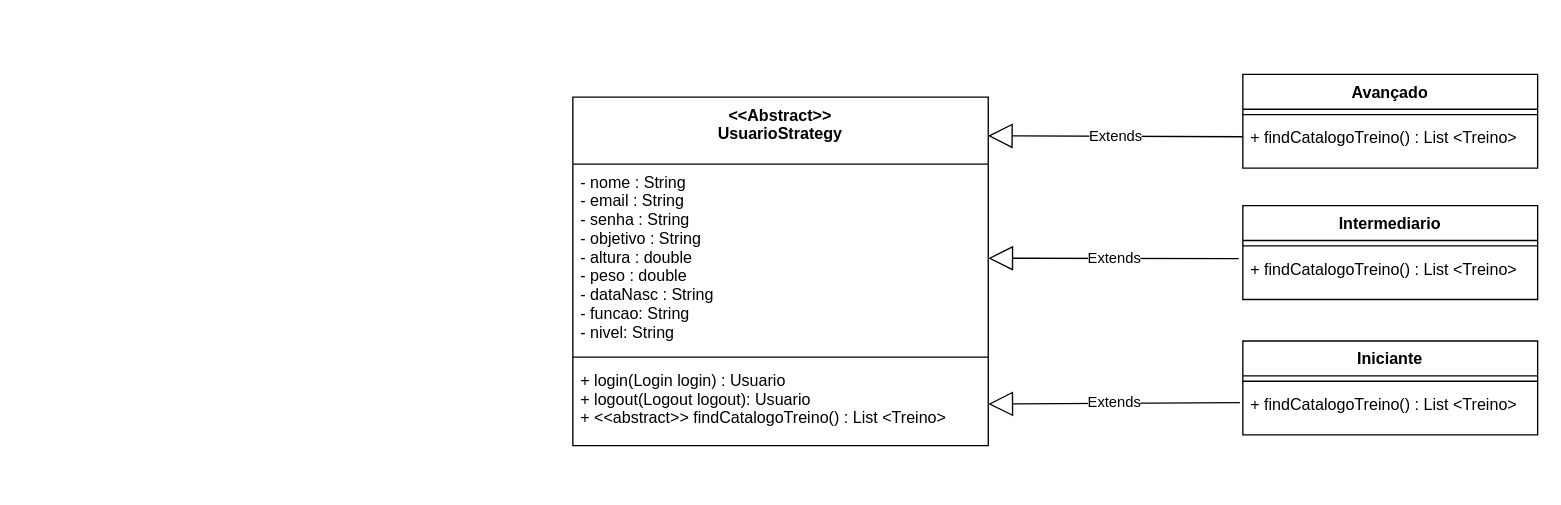
Earlier version of the draw.io diagram documentacao/Diagrama de classe.drawio (SPTechBeFit/BeFit). Source tidied: cells renumbered, new cells numbered last; positions are measured from the earlier drawing's top-left corner, leaving out a move shared by most shapes. Both pictures are drawn from the tidied source at 134%, with x=0, y=0 at pixel (572, 74).
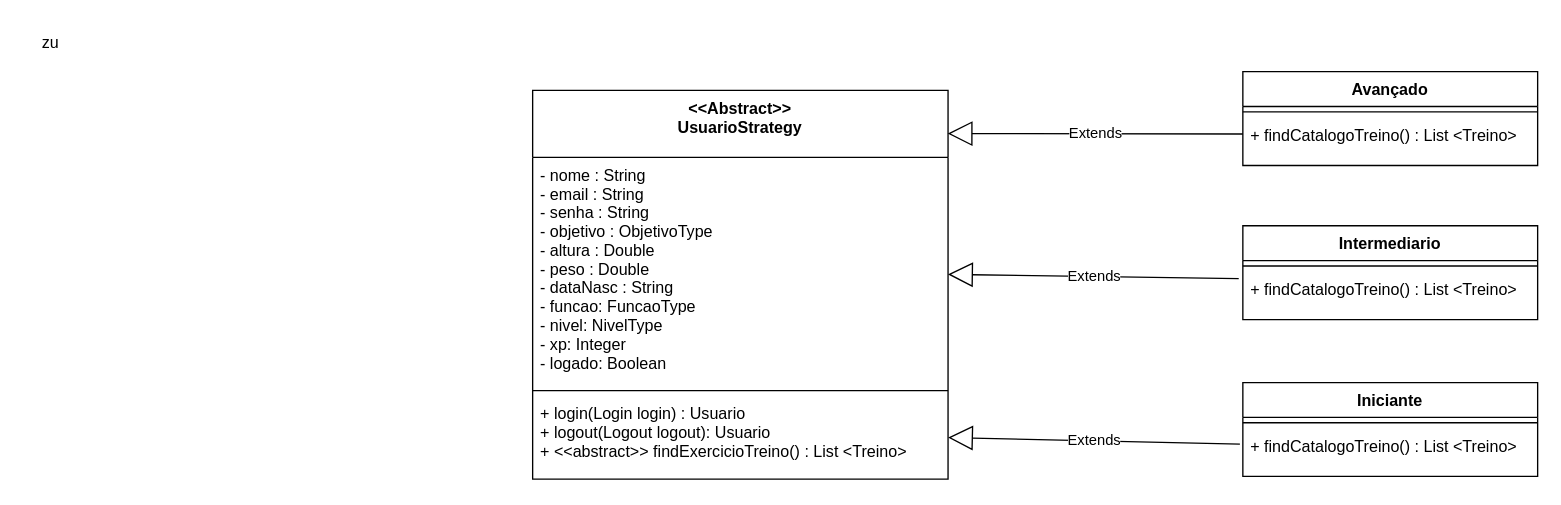
After the change.

Commit message (it also covers changes not shown here):
atualizacao der e diagrama

Diff of the diagram source:
```diff
@@
 <mxGraphModel>
   <root>
     <mxCell id="0" />
     <mxCell id="1" parent="0" />
     <mxCell id="2" value="&lt;&lt;Abstract&gt;&gt;&#10;UsuarioStrategy" style="swimlane;fontStyle=1;align=center;verticalAlign=top;horizontal=1;startSize=50;" parent="1" vertex="1">
-      <mxGeometry y="17" width="310" height="260" as="geometry" />
+      <mxGeometry x="-30" y="12" width="310" height="290" as="geometry" />
     </mxCell>
-    <mxCell id="3" value="- nome : String&#10;- email : String&#10;- senha : String&#10;- objetivo : String&#10;- altura : double&#10;- peso : double&#10;- dataNasc : String&#10;- funcao: String&#10;- nivel: String" style="text;strokeColor=none;fillColor=none;align=left;verticalAlign=top;spacingLeft=4;spacingRight=4;overflow=hidden;points=[[0,0.5],[1,0.5]];portConstraint=eastwest;" parent="2" vertex="1">
-      <mxGeometry y="50" width="310" height="140" as="geometry" />
+    <mxCell id="3" value="- nome : String&#10;- email : String&#10;- senha : String&#10;- objetivo : ObjetivoType&#10;- altura : Double&#10;- peso : Double&#10;- dataNasc : String&#10;- funcao: FuncaoType&#10;- nivel: NivelType&#10;- xp: Integer&#10;- logado: Boolean" style="text;strokeColor=none;fillColor=none;align=left;verticalAlign=top;spacingLeft=4;spacingRight=4;overflow=hidden;points=[[0,0.5],[1,0.5]];portConstraint=eastwest;" parent="2" vertex="1">
+      <mxGeometry y="50" width="310" height="170" as="geometry" />
     </mxCell>
     <mxCell id="4" style="line;strokeWidth=1;fillColor=none;align=left;verticalAlign=middle;spacingTop=-1;spacingLeft=3;spacingRight=3;labelPosition=right;" parent="2" vertex="1">
-      <mxGeometry y="190" width="310" height="8" as="geometry" />
+      <mxGeometry y="220" width="310" height="8" as="geometry" />
     </mxCell>
-    <mxCell id="5" value="+ login(Login login) : Usuario&#10;+ logout(Logout logout): Usuario&#10;+ &lt;&lt;abstract&gt;&gt; findCatalogoTreino() : List &lt;Treino&gt;" style="text;strokeColor=none;fillColor=none;align=left;verticalAlign=top;spacingLeft=4;spacingRight=4;overflow=hidden;points=[[0,0.5],[1,0.5]];portConstraint=eastwest;" parent="2" vertex="1">
-      <mxGeometry y="198" width="310" height="62" as="geometry" />
+    <mxCell id="5" value="+ login(Login login) : Usuario&#10;+ logout(Logout logout): Usuario&#10;+ &lt;&lt;abstract&gt;&gt; findExercicioTreino() : List &lt;Treino&gt;" style="text;strokeColor=none;fillColor=none;align=left;verticalAlign=top;spacingLeft=4;spacingRight=4;overflow=hidden;points=[[0,0.5],[1,0.5]];portConstraint=eastwest;" parent="2" vertex="1">
+      <mxGeometry y="228" width="310" height="62" as="geometry" />
     </mxCell>
     <mxCell id="6" value="Iniciante" style="swimlane;fontStyle=1;align=center;verticalAlign=top;horizontal=1;startSize=26;" parent="1" vertex="1">
-      <mxGeometry x="500" y="199" width="220" height="70" as="geometry" />
+      <mxGeometry x="500" y="230" width="220" height="70" as="geometry" />
     </mxCell>
     <mxCell id="7" style="line;strokeWidth=1;fillColor=none;align=left;verticalAlign=middle;spacingTop=-1;spacingLeft=3;spacingRight=3;labelPosition=right;" parent="6" vertex="1">
       <mxGeometry y="26" width="220" height="8" as="geometry" />
     </mxCell>
     <mxCell id="8" value="+ findCatalogoTreino() : List &lt;Treino&gt;" style="text;strokeColor=none;fillColor=none;align=left;verticalAlign=top;spacingLeft=4;spacingRight=4;overflow=hidden;points=[[0,0.5],[1,0.5]];portConstraint=eastwest;" parent="6" vertex="1">
       <mxGeometry y="34" width="220" height="36" as="geometry" />
     </mxCell>
     <mxCell id="9" value="Intermediario" style="swimlane;fontStyle=1;align=center;verticalAlign=top;horizontal=1;startSize=26;" parent="1" vertex="1">
-      <mxGeometry x="500" y="98" width="220" height="70" as="geometry" />
+      <mxGeometry x="500" y="113" width="220" height="70" as="geometry" />
     </mxCell>
     <mxCell id="10" style="line;strokeWidth=1;fillColor=none;align=left;verticalAlign=middle;spacingTop=-1;spacingLeft=3;spacingRight=3;labelPosition=right;" parent="9" vertex="1">
       <mxGeometry y="26" width="220" height="8" as="geometry" />
     </mxCell>
     <mxCell id="11" value="+ findCatalogoTreino() : List &lt;Treino&gt;" style="text;strokeColor=none;fillColor=none;align=left;verticalAlign=top;spacingLeft=4;spacingRight=4;overflow=hidden;points=[[0,0.5],[1,0.5]];portConstraint=eastwest;" parent="9" vertex="1">
       <mxGeometry y="34" width="220" height="36" as="geometry" />
     </mxCell>
     <mxCell id="12" value="Avançado" style="swimlane;fontStyle=1;align=center;verticalAlign=top;horizontal=1;startSize=26;" parent="1" vertex="1">
-      <mxGeometry x="500" width="220" height="70" as="geometry" />
+      <mxGeometry x="500" y="-2" width="220" height="70" as="geometry" />
     </mxCell>
     <mxCell id="13" style="line;strokeWidth=1;fillColor=none;align=left;verticalAlign=middle;spacingTop=-1;spacingLeft=3;spacingRight=3;labelPosition=right;" parent="12" vertex="1">
       <mxGeometry y="26" width="220" height="8" as="geometry" />
     </mxCell>
     <mxCell id="14" value="+ findCatalogoTreino() : List &lt;Treino&gt;" style="text;strokeColor=none;fillColor=none;align=left;verticalAlign=top;spacingLeft=4;spacingRight=4;overflow=hidden;points=[[0,0.5],[1,0.5]];portConstraint=eastwest;" parent="12" vertex="1">
       <mxGeometry y="34" width="220" height="36" as="geometry" />
     </mxCell>
     <mxCell id="15" value="Extends" style="endArrow=block;endSize=16;endFill=0;html=1;rounded=0;exitX=0;exitY=0.348;exitDx=0;exitDy=0;exitPerimeter=0;entryX=0.999;entryY=0.111;entryDx=0;entryDy=0;entryPerimeter=0;" parent="1" edge="1" source="14" target="2">
       <mxGeometry relative="1" as="geometry" />
     </mxCell>
     <mxCell id="16" value="Extends" style="endArrow=block;endSize=16;endFill=0;html=1;rounded=0;exitX=-0.01;exitY=0.333;exitDx=0;exitDy=0;exitPerimeter=0;entryX=1;entryY=0.5;entryDx=0;entryDy=0;" parent="1" edge="1" source="8" target="5">
       <mxGeometry relative="1" as="geometry" />
     </mxCell>
     <mxCell id="17" value="Extends" style="endArrow=block;endSize=16;endFill=0;html=1;rounded=0;exitX=-0.014;exitY=0.152;exitDx=0;exitDy=0;exitPerimeter=0;" parent="1" edge="1" source="11" target="3">
       <mxGeometry relative="1" as="geometry" />
     </mxCell>
+    <mxCell id="18" value="zu" style="text;html=1;align=center;verticalAlign=middle;fillColor=none;strokeColor=none;rounded=0;" parent="1" vertex="1">
+      <mxGeometry x="-410" y="-38" width="40" height="30" as="geometry" />
+    </mxCell>
   </root>
 </mxGraphModel>
```
